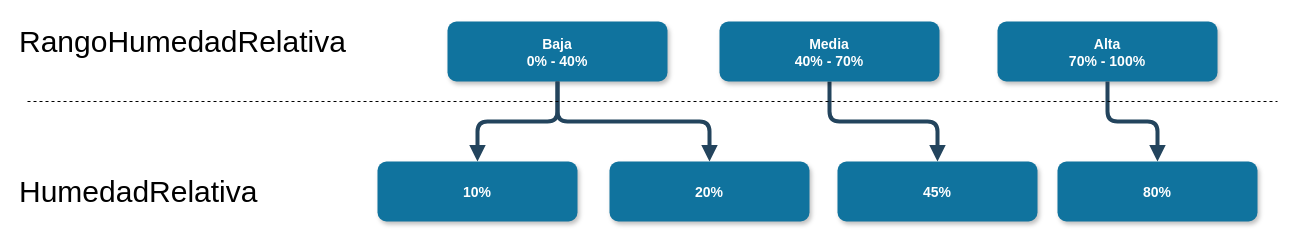
Above: 2. Diseño conceptual/humedadrelativa_example.drawio in gonzalomelov/dw-calidad-aire-docs (draw.io), before the change. Source tidied: cells renumbered, new cells numbered last; positions are measured from the earlier drawing's top-left corner, leaving out a move shared by most shapes. Both pictures are drawn from the tidied source at 100%, with x=0, y=0 at pixel (17, 21).
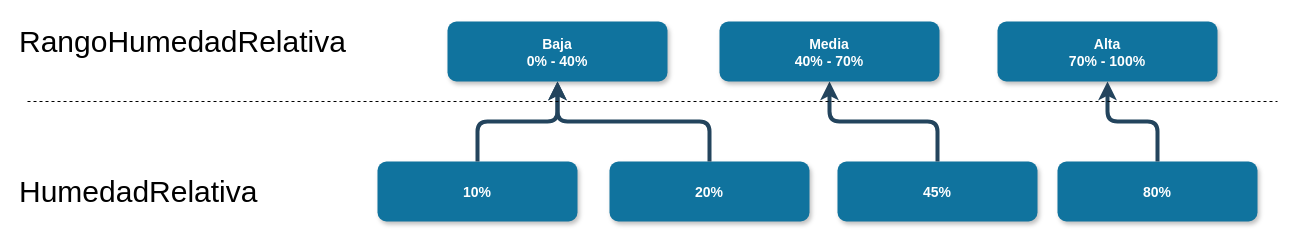
Above is the later version.

The edit, as a diff of the source:
```diff
@@
 <mxGraphModel background="#ffffff">
   <root>
     <mxCell id="0" />
     <mxCell id="1" parent="0" />
     <mxCell id="2" value="Baja&#10;0% - 40%" style="rounded=1;fillColor=#10739E;strokeColor=none;shadow=1;gradientColor=none;fontStyle=1;fontColor=#FFFFFF;fontSize=14;" parent="1" vertex="1">
       <mxGeometry x="430" width="220" height="60" as="geometry" />
     </mxCell>
     <mxCell id="3" value="10%" style="rounded=1;fillColor=#10739E;strokeColor=none;shadow=1;gradientColor=none;fontStyle=1;fontColor=#FFFFFF;fontSize=14;" parent="1" vertex="1">
       <mxGeometry x="360" y="140" width="200" height="60" as="geometry" />
     </mxCell>
     <mxCell id="4" value="20%" style="rounded=1;fillColor=#10739E;strokeColor=none;shadow=1;gradientColor=none;fontStyle=1;fontColor=#FFFFFF;fontSize=14;" parent="1" vertex="1">
       <mxGeometry x="592" y="140" width="200" height="60" as="geometry" />
     </mxCell>
     <mxCell id="5" value="45%" style="rounded=1;fillColor=#10739E;strokeColor=none;shadow=1;gradientColor=none;fontStyle=1;fontColor=#FFFFFF;fontSize=14;" parent="1" vertex="1">
       <mxGeometry x="820" y="140" width="200" height="60" as="geometry" />
     </mxCell>
-    <mxCell id="6" style="edgeStyle=elbowEdgeStyle;elbow=vertical;strokeWidth=4;endArrow=block;endFill=1;fontStyle=1;strokeColor=#23445D;" parent="1" edge="1" source="2" target="4">
+    <mxCell id="6" style="edgeStyle=elbowEdgeStyle;elbow=vertical;strokeWidth=4;endArrow=none;endFill=0;fontStyle=1;strokeColor=#23445D;startArrow=classic;startFill=1;" parent="1" edge="1" source="2" target="4">
       <mxGeometry x="-8" y="360" as="geometry" />
     </mxCell>
-    <mxCell id="7" style="edgeStyle=elbowEdgeStyle;elbow=vertical;strokeWidth=4;endArrow=block;endFill=1;fontStyle=1;strokeColor=#23445D;" parent="1" edge="1" source="2" target="3">
+    <mxCell id="7" style="edgeStyle=elbowEdgeStyle;elbow=vertical;strokeWidth=4;endArrow=none;endFill=0;fontStyle=1;strokeColor=#23445D;startArrow=classic;startFill=1;" parent="1" edge="1" source="2" target="3">
       <mxGeometry x="-8" y="360" as="geometry" />
     </mxCell>
-    <mxCell id="8" style="edgeStyle=elbowEdgeStyle;elbow=vertical;strokeWidth=4;endArrow=block;endFill=1;fontStyle=1;strokeColor=#23445D;exitX=0.5;exitY=1;exitDx=0;exitDy=0;" parent="1" edge="1" source="15" target="5">
+    <mxCell id="8" style="edgeStyle=elbowEdgeStyle;elbow=vertical;strokeWidth=4;endArrow=none;endFill=0;fontStyle=1;strokeColor=#23445D;exitX=0.5;exitY=1;exitDx=0;exitDy=0;startArrow=classic;startFill=1;" parent="1" edge="1" source="15" target="5">
       <mxGeometry x="-8" y="360" as="geometry" />
     </mxCell>
     <mxCell id="9" value="Alta&#10;70% - 100%" style="rounded=1;fillColor=#10739E;strokeColor=none;shadow=1;gradientColor=none;fontStyle=1;fontColor=#FFFFFF;fontSize=14;" parent="1" vertex="1">
       <mxGeometry x="980" width="220" height="60" as="geometry" />
     </mxCell>
     <mxCell id="10" value="80%" style="rounded=1;fillColor=#10739E;strokeColor=none;shadow=1;gradientColor=none;fontStyle=1;fontColor=#FFFFFF;fontSize=14;" parent="1" vertex="1">
       <mxGeometry x="1040" y="140" width="200" height="60" as="geometry" />
     </mxCell>
-    <mxCell id="11" style="edgeStyle=elbowEdgeStyle;elbow=vertical;strokeWidth=4;endArrow=block;endFill=1;fontStyle=1;strokeColor=#23445D;" parent="1" edge="1" source="9" target="10">
+    <mxCell id="11" style="edgeStyle=elbowEdgeStyle;elbow=vertical;strokeWidth=4;endArrow=none;endFill=0;fontStyle=1;strokeColor=#23445D;startArrow=classic;startFill=1;" parent="1" edge="1" source="9" target="10">
       <mxGeometry x="722" y="360" as="geometry" />
     </mxCell>
     <mxCell id="12" style="endArrow=none;dashed=1;html=1;" parent="1" edge="1">
       <mxGeometry relative="1" as="geometry">
         <mxPoint x="10" y="80" as="sourcePoint" />
         <mxPoint x="1260" y="80" as="targetPoint" />
       </mxGeometry>
     </mxCell>
     <mxCell id="13" value="&lt;font size=&quot;1&quot;&gt;&lt;span style=&quot;font-size: 30px&quot;&gt;RangoHumedadRelativa&lt;/span&gt;&lt;/font&gt;" style="text;html=1;align=left;verticalAlign=top;spacingTop=-4;" parent="1" vertex="1">
       <mxGeometry width="340" height="20" as="geometry" />
     </mxCell>
     <mxCell id="14" value="&lt;span style=&quot;font-size: 30px&quot;&gt;HumedadRelativa&lt;/span&gt;" style="text;html=1;align=left;verticalAlign=top;spacingTop=-4;" parent="1" vertex="1">
       <mxGeometry y="150" width="250" height="20" as="geometry" />
     </mxCell>
     <mxCell id="15" value="Media&#10;40% - 70%" style="rounded=1;fillColor=#10739E;strokeColor=none;shadow=1;gradientColor=none;fontStyle=1;fontColor=#FFFFFF;fontSize=14;" parent="1" vertex="1">
       <mxGeometry x="702" width="220" height="60" as="geometry" />
     </mxCell>
   </root>
 </mxGraphModel>
```
